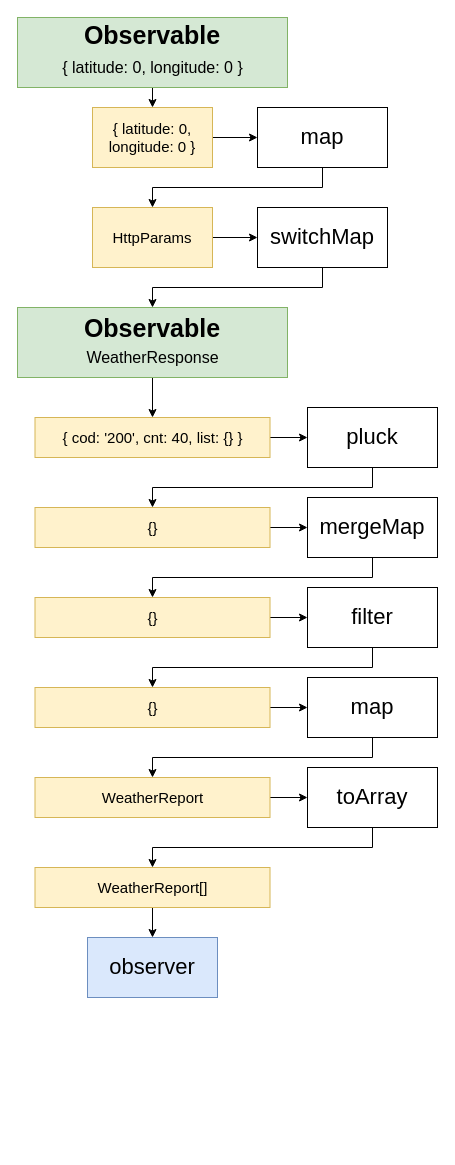
Before: page "08 - method" (11 of 14) of diagrams.drawio in StephenGrider/ng-casts, a draw.io diagram. Source tidied: cells renumbered, new cells numbered last; positions are measured from the earlier drawing's top-left corner, leaving out a move shared by most shapes. Both pictures are drawn from the tidied source at 100%, with x=0, y=0 at pixel (17, 17).
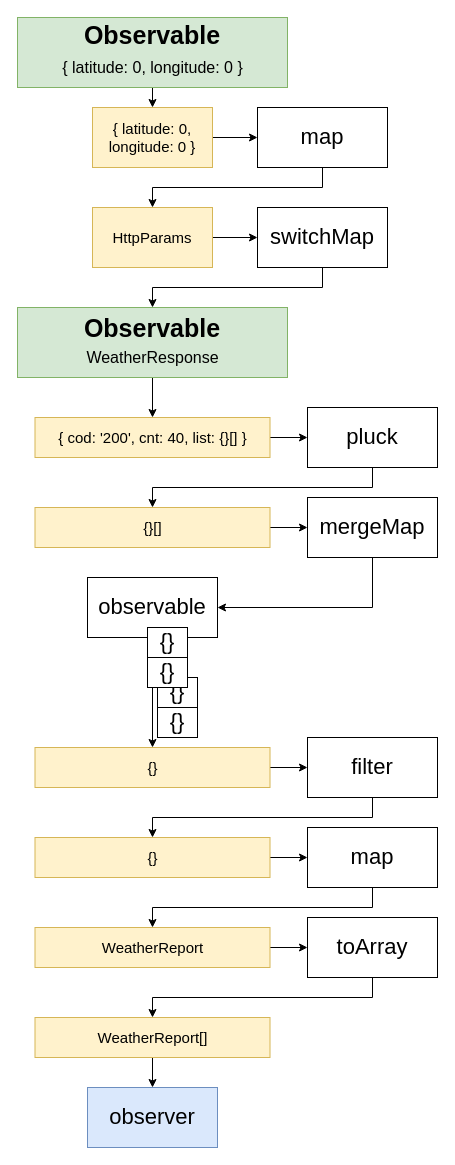
After the change.

Unchanged cells that the change refers to:
```xml
<mxCell id="25" value="mergeMap" style="rounded=0;whiteSpace=wrap;html=1;fontSize=22;fontColor=#000000;align=center;" parent="1" vertex="1">
  <mxGeometry x="290" y="480" width="130" height="60" as="geometry" />
</mxCell>
```

Change to the diagram source:
```diff
@@
-    <mxCell id="19" value="{ cod: '200', cnt: 40, list: {} }" style="rounded=0;whiteSpace=wrap;html=1;fontSize=15;align=center;fillColor=#fff2cc;strokeColor=#d6b656;" parent="1" vertex="1">
+    <mxCell id="19" value="{ cod: '200', cnt: 40, list: {}[] }" style="rounded=0;whiteSpace=wrap;html=1;fontSize=15;align=center;fillColor=#fff2cc;strokeColor=#d6b656;" parent="1" vertex="1">
       <mxGeometry x="17.5" y="400" width="235" height="40" as="geometry" />
     </mxCell>
@@
-    <mxCell id="23" value="{}" style="rounded=0;whiteSpace=wrap;html=1;fontSize=15;align=center;fillColor=#fff2cc;strokeColor=#d6b656;" parent="1" vertex="1">
+    <mxCell id="23" value="{}[]" style="rounded=0;whiteSpace=wrap;html=1;fontSize=15;align=center;fillColor=#fff2cc;strokeColor=#d6b656;" parent="1" vertex="1">
       <mxGeometry x="17.5" y="490" width="235" height="40" as="geometry" />
     </mxCell>
-    <mxCell id="24" style="edgeStyle=orthogonalEdgeStyle;rounded=0;jettySize=auto;html=1;exitX=0.5;exitY=1;exitDx=0;exitDy=0;fontSize=22;fontColor=#000000;" parent="1" edge="1" source="25" target="27">
-      <mxGeometry relative="1" as="geometry" />
-    </mxCell>
+    <mxCell id="41" style="edgeStyle=orthogonalEdgeStyle;rounded=0;jettySize=auto;html=1;exitX=0.5;exitY=1;exitDx=0;exitDy=0;entryX=1;entryY=0.5;entryDx=0;entryDy=0;fontSize=22;fontColor=#000000;" parent="1" edge="1" source="25" target="43">
+      <mxGeometry relative="1" as="geometry" />
+    </mxCell>
@@
-    <mxCell id="26" style="edgeStyle=orthogonalEdgeStyle;rounded=0;jettySize=auto;html=1;exitX=1;exitY=0.5;exitDx=0;exitDy=0;fontSize=22;fontColor=#000000;" parent="1" edge="1" source="27" target="29">
+    <mxCell id="26" style="edgeStyle=orthogonalEdgeStyle;rounded=0;jettySize=auto;html=1;exitX=1;exitY=0.5;exitDx=0;exitDy=0;entryX=0;entryY=0.5;entryDx=0;entryDy=0;fontSize=22;fontColor=#000000;" parent="1" edge="1" source="27" target="29">
       <mxGeometry relative="1" as="geometry" />
     </mxCell>
     <mxCell id="27" value="{}" style="rounded=0;whiteSpace=wrap;html=1;fontSize=15;align=center;fillColor=#fff2cc;strokeColor=#d6b656;" parent="1" vertex="1">
-      <mxGeometry x="17.5" y="580" width="235" height="40" as="geometry" />
+      <mxGeometry x="17.5" y="730" width="235" height="40" as="geometry" />
     </mxCell>
@@
     <mxCell id="29" value="filter" style="rounded=0;whiteSpace=wrap;html=1;fontSize=22;fontColor=#000000;align=center;" parent="1" vertex="1">
-      <mxGeometry x="290" y="570" width="130" height="60" as="geometry" />
+      <mxGeometry x="290" y="720" width="130" height="60" as="geometry" />
     </mxCell>
@@
     <mxCell id="31" value="{}" style="rounded=0;whiteSpace=wrap;html=1;fontSize=15;align=center;fillColor=#fff2cc;strokeColor=#d6b656;" parent="1" vertex="1">
-      <mxGeometry x="17.5" y="670" width="235" height="40" as="geometry" />
+      <mxGeometry x="17.5" y="820" width="235" height="40" as="geometry" />
     </mxCell>
@@
     <mxCell id="33" value="map" style="rounded=0;whiteSpace=wrap;html=1;fontSize=22;fontColor=#000000;align=center;" parent="1" vertex="1">
-      <mxGeometry x="290" y="660" width="130" height="60" as="geometry" />
+      <mxGeometry x="290" y="810" width="130" height="60" as="geometry" />
     </mxCell>
@@
     <mxCell id="35" value="WeatherReport" style="rounded=0;whiteSpace=wrap;html=1;fontSize=15;align=center;fillColor=#fff2cc;strokeColor=#d6b656;" parent="1" vertex="1">
-      <mxGeometry x="17.5" y="760" width="235" height="40" as="geometry" />
+      <mxGeometry x="17.5" y="910" width="235" height="40" as="geometry" />
     </mxCell>
@@
     <mxCell id="37" value="toArray" style="rounded=0;whiteSpace=wrap;html=1;fontSize=22;fontColor=#000000;align=center;" parent="1" vertex="1">
-      <mxGeometry x="290" y="750" width="130" height="60" as="geometry" />
+      <mxGeometry x="290" y="900" width="130" height="60" as="geometry" />
     </mxCell>
     <mxCell id="38" style="edgeStyle=orthogonalEdgeStyle;rounded=0;jettySize=auto;html=1;exitX=0.5;exitY=1;exitDx=0;exitDy=0;fontSize=22;fontColor=#000000;" parent="1" edge="1" source="39">
       <mxGeometry relative="1" as="geometry">
-        <mxPoint x="135" y="920" as="targetPoint" />
+        <mxPoint x="135" y="1070" as="targetPoint" />
       </mxGeometry>
     </mxCell>
     <mxCell id="39" value="WeatherReport[]" style="rounded=0;whiteSpace=wrap;html=1;fontSize=15;align=center;fillColor=#fff2cc;strokeColor=#d6b656;" parent="1" vertex="1">
-      <mxGeometry x="17.5" y="850" width="235" height="40" as="geometry" />
+      <mxGeometry x="17.5" y="1000" width="235" height="40" as="geometry" />
     </mxCell>
     <mxCell id="40" value="observer" style="rounded=0;whiteSpace=wrap;html=1;fontSize=22;align=center;fillColor=#dae8fc;strokeColor=#6c8ebf;" parent="1" vertex="1">
-      <mxGeometry x="70" y="920" width="130" height="60" as="geometry" />
+      <mxGeometry x="70" y="1070" width="130" height="60" as="geometry" />
     </mxCell>
+    <mxCell id="42" style="edgeStyle=orthogonalEdgeStyle;rounded=0;jettySize=auto;html=1;exitX=0.5;exitY=1;exitDx=0;exitDy=0;fontSize=22;fontColor=#000000;" parent="1" edge="1" source="43" target="27">
+      <mxGeometry relative="1" as="geometry" />
+    </mxCell>
+    <mxCell id="43" value="observable" style="rounded=0;whiteSpace=wrap;html=1;fontSize=22;fontColor=#000000;align=center;" parent="1" vertex="1">
+      <mxGeometry x="70" y="560" width="130" height="60" as="geometry" />
+    </mxCell>
+    <mxCell id="44" value="{}" style="rounded=0;whiteSpace=wrap;html=1;fontSize=22;fontColor=#000000;align=center;" parent="1" vertex="1">
+      <mxGeometry x="140" y="690" width="40" height="30" as="geometry" />
+    </mxCell>
+    <mxCell id="45" value="{}" style="rounded=0;whiteSpace=wrap;html=1;fontSize=22;fontColor=#000000;align=center;" parent="1" vertex="1">
+      <mxGeometry x="140" y="660" width="40" height="30" as="geometry" />
+    </mxCell>
+    <mxCell id="46" value="{}" style="rounded=0;whiteSpace=wrap;html=1;fontSize=22;fontColor=#000000;align=center;" parent="1" vertex="1">
+      <mxGeometry x="130" y="640" width="40" height="30" as="geometry" />
+    </mxCell>
+    <mxCell id="47" value="{}" style="rounded=0;whiteSpace=wrap;html=1;fontSize=22;fontColor=#000000;align=center;" parent="1" vertex="1">
+      <mxGeometry x="130" y="610" width="40" height="30" as="geometry" />
+    </mxCell>
```
